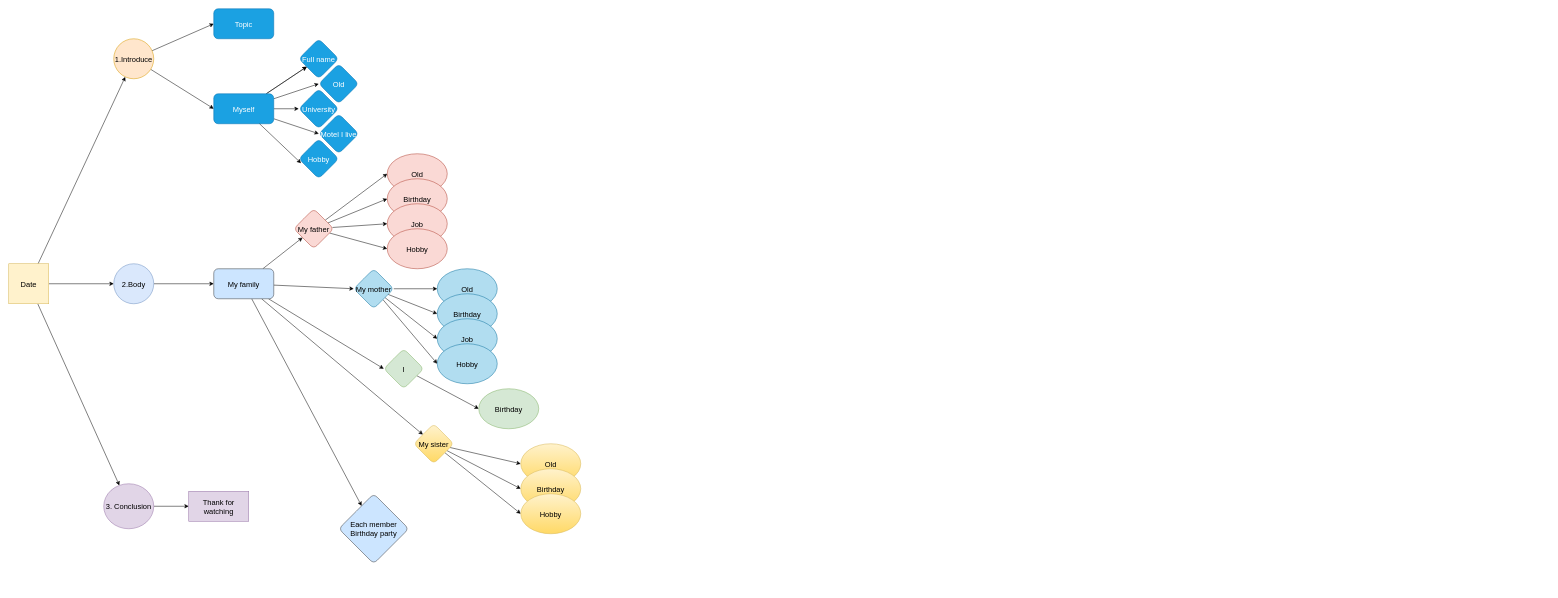
HARKINGS/UML keeps this draw.io diagram as Biểu đồ không có tiêu đề.drawio. Above is the earlier version. Source tidied: cells renumbered, new cells numbered last; positions are measured from the earlier drawing's top-left corner, leaving out a move shared by most shapes. Both pictures are drawn from the tidied source at 50%, with x=0, y=0 at pixel (8, 8).
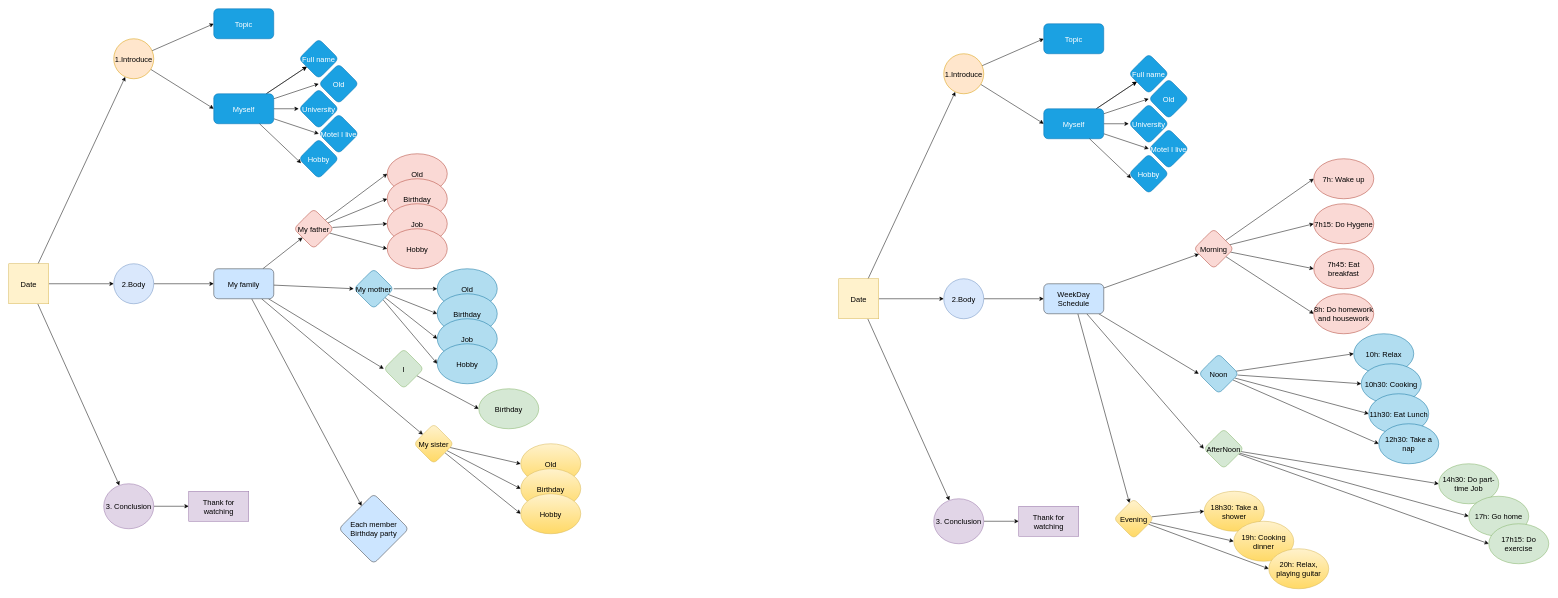
The same page after the edit.

Commit message:
Cập nhật Biểu đồ không có tiêu đề.drawio

The edit, as a diff of the source:
```diff
@@
+    <mxCell id="62" style="rounded=0;jettySize=auto;html=1;fontSize=15;" parent="1" edge="1" source="65" target="68">
+      <mxGeometry relative="1" as="geometry" />
+    </mxCell>
+    <mxCell id="63" style="edgeStyle=none;rounded=0;jettySize=auto;html=1;fontSize=15;" parent="1" edge="1" source="65" target="70">
+      <mxGeometry relative="1" as="geometry" />
+    </mxCell>
+    <mxCell id="64" style="edgeStyle=none;rounded=0;jettySize=auto;html=1;fontSize=15;" parent="1" edge="1" source="65" target="72">
+      <mxGeometry relative="1" as="geometry" />
+    </mxCell>
+    <mxCell id="65" value="Date" style="whiteSpace=wrap;html=1;fillColor=#fff2cc;strokeColor=#d6b656;fontSize=15;" parent="1" vertex="1">
+      <mxGeometry x="1660" y="540" width="80" height="80" as="geometry" />
+    </mxCell>
+    <mxCell id="66" style="edgeStyle=none;rounded=0;jettySize=auto;html=1;entryX=0;entryY=0.5;entryDx=0;entryDy=0;fontSize=15;" parent="1" edge="1" source="68" target="73">
+      <mxGeometry relative="1" as="geometry" />
+    </mxCell>
+    <mxCell id="67" style="edgeStyle=none;rounded=0;jettySize=auto;html=1;entryX=0;entryY=0.5;entryDx=0;entryDy=0;fontSize=15;" parent="1" edge="1" source="68" target="79">
+      <mxGeometry relative="1" as="geometry" />
+    </mxCell>
+    <mxCell id="68" value="1.Introduce" style="ellipse;whiteSpace=wrap;html=1;fillColor=#ffe6cc;strokeColor=#d79b00;fontSize=15;" parent="1" vertex="1">
+      <mxGeometry x="1870" y="90" width="80" height="80" as="geometry" />
+    </mxCell>
+    <mxCell id="69" style="edgeStyle=none;rounded=0;jettySize=auto;html=1;entryX=0;entryY=0.5;entryDx=0;entryDy=0;fontSize=15;" parent="1" edge="1" source="70" target="90">
+      <mxGeometry relative="1" as="geometry" />
+    </mxCell>
+    <mxCell id="70" value="2.Body" style="ellipse;whiteSpace=wrap;html=1;fillColor=#dae8fc;strokeColor=#6c8ebf;fontSize=15;" parent="1" vertex="1">
+      <mxGeometry x="1870" y="540" width="80" height="80" as="geometry" />
+    </mxCell>
+    <mxCell id="71" style="edgeStyle=none;rounded=0;jettySize=auto;html=1;fontSize=15;" parent="1" edge="1" source="72" target="119">
+      <mxGeometry relative="1" as="geometry" />
+    </mxCell>
+    <mxCell id="72" value="3. Conclusion" style="ellipse;whiteSpace=wrap;html=1;fillColor=#e1d5e7;strokeColor=#9673a6;fontSize=15;" parent="1" vertex="1">
+      <mxGeometry x="1850" y="980" width="100" height="90" as="geometry" />
+    </mxCell>
+    <mxCell id="73" value="Topic" style="rounded=1;whiteSpace=wrap;html=1;fillColor=#1ba1e2;strokeColor=#006EAF;fontColor=#ffffff;fontSize=15;" parent="1" vertex="1">
+      <mxGeometry x="2070" y="30" width="120" height="60" as="geometry" />
+    </mxCell>
+    <mxCell id="74" style="edgeStyle=none;rounded=0;jettySize=auto;html=1;fontSize=15;" parent="1" edge="1" source="79" target="80">
+      <mxGeometry relative="1" as="geometry" />
+    </mxCell>
+    <mxCell id="75" style="edgeStyle=none;rounded=0;jettySize=auto;html=1;fontSize=15;" parent="1" edge="1" source="79" target="80">
+      <mxGeometry relative="1" as="geometry" />
+    </mxCell>
+    <mxCell id="76" style="edgeStyle=none;rounded=0;jettySize=auto;html=1;entryX=0;entryY=0.5;entryDx=0;entryDy=0;fontSize=15;" parent="1" edge="1" source="79" target="82">
+      <mxGeometry relative="1" as="geometry" />
+    </mxCell>
+    <mxCell id="77" style="edgeStyle=none;rounded=0;jettySize=auto;html=1;entryX=0;entryY=0.5;entryDx=0;entryDy=0;fontSize=15;" parent="1" edge="1" source="79" target="83">
+      <mxGeometry relative="1" as="geometry" />
+    </mxCell>
+    <mxCell id="78" style="edgeStyle=none;rounded=0;jettySize=auto;html=1;entryX=0;entryY=0.5;entryDx=0;entryDy=0;fontSize=15;" parent="1" edge="1" source="79" target="81">
+      <mxGeometry relative="1" as="geometry" />
+    </mxCell>
+    <mxCell id="79" value="Myself" style="rounded=1;whiteSpace=wrap;html=1;fillColor=#1ba1e2;fontColor=#ffffff;strokeColor=#006EAF;fontSize=15;" parent="1" vertex="1">
+      <mxGeometry x="2070" y="200" width="120" height="60" as="geometry" />
+    </mxCell>
+    <mxCell id="80" value="Full name" style="rhombus;whiteSpace=wrap;html=1;rounded=1;fillColor=#1ba1e2;fontColor=#ffffff;strokeColor=#006EAF;fontSize=15;" parent="1" vertex="1">
+      <mxGeometry x="2240" y="90" width="80" height="80" as="geometry" />
+    </mxCell>
+    <mxCell id="81" value="Old" style="rhombus;whiteSpace=wrap;html=1;rounded=1;fillColor=#1ba1e2;fontColor=#ffffff;strokeColor=#006EAF;fontSize=15;" parent="1" vertex="1">
+      <mxGeometry x="2280" y="140" width="80" height="80" as="geometry" />
+    </mxCell>
+    <mxCell id="82" value="University" style="rhombus;whiteSpace=wrap;html=1;rounded=1;fillColor=#1ba1e2;fontColor=#ffffff;strokeColor=#006EAF;fontSize=15;" parent="1" vertex="1">
+      <mxGeometry x="2240" y="190" width="80" height="80" as="geometry" />
+    </mxCell>
+    <mxCell id="83" value="Motel I live" style="rhombus;whiteSpace=wrap;html=1;rounded=1;fillColor=#1ba1e2;fontColor=#ffffff;strokeColor=#006EAF;fontSize=15;" parent="1" vertex="1">
+      <mxGeometry x="2280" y="240" width="80" height="80" as="geometry" />
+    </mxCell>
+    <mxCell id="84" value="Hobby" style="rhombus;whiteSpace=wrap;html=1;rounded=1;fillColor=#1ba1e2;fontColor=#ffffff;strokeColor=#006EAF;fontSize=15;" parent="1" vertex="1">
+      <mxGeometry x="2240" y="290" width="80" height="80" as="geometry" />
+    </mxCell>
+    <mxCell id="85" style="edgeStyle=none;rounded=0;jettySize=auto;html=1;entryX=0.057;entryY=0.611;entryDx=0;entryDy=0;entryPerimeter=0;fontSize=15;" parent="1" edge="1" source="79" target="84">
+      <mxGeometry relative="1" as="geometry" />
+    </mxCell>
+    <mxCell id="86" style="edgeStyle=none;rounded=0;jettySize=auto;html=1;fontSize=15;" parent="1" edge="1" source="90" target="95">
+      <mxGeometry relative="1" as="geometry" />
+    </mxCell>
+    <mxCell id="87" style="edgeStyle=none;rounded=0;jettySize=auto;html=1;entryX=0;entryY=0.5;entryDx=0;entryDy=0;fontSize=15;" parent="1" edge="1" source="90" target="110">
+      <mxGeometry relative="1" as="geometry" />
+    </mxCell>
+    <mxCell id="88" style="edgeStyle=none;rounded=0;jettySize=auto;html=1;entryX=0;entryY=0.5;entryDx=0;entryDy=0;fontSize=15;" parent="1" edge="1" source="90" target="99">
+      <mxGeometry relative="1" as="geometry" />
+    </mxCell>
+    <mxCell id="89" style="edgeStyle=none;rounded=0;jettySize=auto;html=1;fontSize=15;" parent="1" edge="1" source="90" target="103">
+      <mxGeometry relative="1" as="geometry" />
+    </mxCell>
+    <mxCell id="90" value="WeekDay Schedule" style="rounded=1;whiteSpace=wrap;html=1;fillColor=#cce5ff;strokeColor=#36393d;fontSize=15;" parent="1" vertex="1">
+      <mxGeometry x="2070" y="550" width="120" height="60" as="geometry" />
+    </mxCell>
+    <mxCell id="91" style="edgeStyle=none;rounded=0;jettySize=auto;html=1;entryX=0;entryY=0.5;entryDx=0;entryDy=0;fontSize=15;" parent="1" edge="1" source="95" target="104">
+      <mxGeometry relative="1" as="geometry" />
+    </mxCell>
+    <mxCell id="92" style="edgeStyle=none;rounded=0;jettySize=auto;html=1;entryX=0;entryY=0.5;entryDx=0;entryDy=0;fontSize=15;" parent="1" edge="1" source="95" target="115">
+      <mxGeometry relative="1" as="geometry" />
+    </mxCell>
+    <mxCell id="93" style="edgeStyle=none;rounded=0;jettySize=auto;html=1;entryX=0;entryY=0.5;entryDx=0;entryDy=0;fontSize=15;" parent="1" edge="1" source="95" target="105">
+      <mxGeometry relative="1" as="geometry" />
+    </mxCell>
+    <mxCell id="94" style="edgeStyle=none;rounded=0;jettySize=auto;html=1;entryX=0;entryY=0.5;entryDx=0;entryDy=0;fontSize=15;" parent="1" edge="1" source="95" target="116">
+      <mxGeometry relative="1" as="geometry" />
+    </mxCell>
+    <mxCell id="95" value="Morning" style="rhombus;whiteSpace=wrap;html=1;rounded=1;fillColor=#fad9d5;strokeColor=#ae4132;fontSize=15;" parent="1" vertex="1">
+      <mxGeometry x="2370" y="440" width="80" height="80" as="geometry" />
+    </mxCell>
+    <mxCell id="96" style="edgeStyle=none;rounded=0;jettySize=auto;html=1;entryX=0;entryY=0.5;entryDx=0;entryDy=0;fontSize=15;" parent="1" edge="1" source="99" target="112">
+      <mxGeometry relative="1" as="geometry" />
+    </mxCell>
+    <mxCell id="97" style="rounded=0;jettySize=auto;html=1;entryX=0;entryY=0.5;entryDx=0;entryDy=0;" parent="1" edge="1" source="99" target="122">
+      <mxGeometry relative="1" as="geometry" />
+    </mxCell>
+    <mxCell id="98" style="edgeStyle=none;rounded=0;jettySize=auto;html=1;entryX=0;entryY=0.5;entryDx=0;entryDy=0;" parent="1" edge="1" source="99" target="123">
+      <mxGeometry relative="1" as="geometry" />
+    </mxCell>
+    <mxCell id="99" value="AfterNoon" style="rhombus;whiteSpace=wrap;html=1;rounded=1;fillColor=#d5e8d4;strokeColor=#82b366;fontSize=15;" parent="1" vertex="1">
+      <mxGeometry x="2390" y="840" width="80" height="80" as="geometry" />
+    </mxCell>
+    <mxCell id="100" style="edgeStyle=none;rounded=0;jettySize=auto;html=1;entryX=0;entryY=0.5;entryDx=0;entryDy=0;fontSize=15;" parent="1" edge="1" source="103" target="113">
+      <mxGeometry relative="1" as="geometry" />
+    </mxCell>
+    <mxCell id="101" style="edgeStyle=none;rounded=0;jettySize=auto;html=1;entryX=0;entryY=0.5;entryDx=0;entryDy=0;fontSize=15;" parent="1" edge="1" source="103" target="114">
+      <mxGeometry relative="1" as="geometry" />
+    </mxCell>
+    <mxCell id="102" style="edgeStyle=none;rounded=0;jettySize=auto;html=1;entryX=0;entryY=0.5;entryDx=0;entryDy=0;fontSize=15;" parent="1" edge="1" source="103" target="118">
+      <mxGeometry relative="1" as="geometry" />
+    </mxCell>
+    <mxCell id="103" value="Evening" style="rhombus;whiteSpace=wrap;html=1;rounded=1;fillColor=#fff2cc;gradientColor=#ffd966;strokeColor=#d6b656;fontSize=15;" parent="1" vertex="1">
+      <mxGeometry x="2210" y="980" width="80" height="80" as="geometry" />
+    </mxCell>
+    <mxCell id="104" value="7h: Wake up" style="ellipse;whiteSpace=wrap;html=1;fillColor=#fad9d5;strokeColor=#ae4132;fontSize=15;" parent="1" vertex="1">
+      <mxGeometry x="2610" y="300" width="120" height="80" as="geometry" />
+    </mxCell>
+    <mxCell id="105" value="7h15: Do Hygene" style="ellipse;whiteSpace=wrap;html=1;fillColor=#fad9d5;strokeColor=#ae4132;fontSize=15;" parent="1" vertex="1">
+      <mxGeometry x="2610" y="390" width="120" height="80" as="geometry" />
+    </mxCell>
+    <mxCell id="106" style="edgeStyle=none;rounded=0;jettySize=auto;html=1;entryX=0;entryY=0.5;entryDx=0;entryDy=0;fontSize=15;" parent="1" edge="1" source="110" target="111">
+      <mxGeometry relative="1" as="geometry" />
+    </mxCell>
+    <mxCell id="107" style="edgeStyle=none;rounded=0;jettySize=auto;html=1;entryX=0;entryY=0.5;entryDx=0;entryDy=0;fontSize=15;" parent="1" edge="1" source="110" target="117">
+      <mxGeometry relative="1" as="geometry" />
+    </mxCell>
+    <mxCell id="108" style="edgeStyle=none;rounded=0;jettySize=auto;html=1;entryX=0;entryY=0.5;entryDx=0;entryDy=0;fontSize=15;" parent="1" edge="1" source="110" target="120">
+      <mxGeometry relative="1" as="geometry" />
+    </mxCell>
+    <mxCell id="109" style="edgeStyle=none;rounded=0;jettySize=auto;html=1;entryX=0;entryY=0.5;entryDx=0;entryDy=0;fontSize=15;" parent="1" edge="1" source="110" target="121">
+      <mxGeometry relative="1" as="geometry" />
+    </mxCell>
+    <mxCell id="110" value="Noon" style="rhombus;whiteSpace=wrap;html=1;rounded=1;fillColor=#b1ddf0;strokeColor=#10739e;fontSize=15;" parent="1" vertex="1">
+      <mxGeometry x="2380" y="690" width="80" height="80" as="geometry" />
+    </mxCell>
+    <mxCell id="111" value="10h: Relax" style="ellipse;whiteSpace=wrap;html=1;fillColor=#b1ddf0;strokeColor=#10739e;fontSize=15;" parent="1" vertex="1">
+      <mxGeometry x="2690" y="650" width="120" height="80" as="geometry" />
+    </mxCell>
+    <mxCell id="112" value="14h30: Do part-time Job" style="ellipse;whiteSpace=wrap;html=1;fillColor=#d5e8d4;strokeColor=#82b366;fontSize=15;" parent="1" vertex="1">
+      <mxGeometry x="2860" y="910" width="120" height="80" as="geometry" />
+    </mxCell>
+    <mxCell id="113" value="18h30: Take a shower" style="ellipse;whiteSpace=wrap;html=1;fillColor=#fff2cc;gradientColor=#ffd966;strokeColor=#d6b656;fontSize=15;" parent="1" vertex="1">
+      <mxGeometry x="2391" y="965" width="120" height="80" as="geometry" />
+    </mxCell>
+    <mxCell id="114" value="19h: Cooking dinner" style="ellipse;whiteSpace=wrap;html=1;fillColor=#fff2cc;gradientColor=#ffd966;strokeColor=#d6b656;fontSize=15;" parent="1" vertex="1">
+      <mxGeometry x="2450" y="1025" width="120" height="80" as="geometry" />
+    </mxCell>
+    <mxCell id="115" value="7h45: Eat breakfast" style="ellipse;whiteSpace=wrap;html=1;fillColor=#fad9d5;strokeColor=#ae4132;fontSize=15;" parent="1" vertex="1">
+      <mxGeometry x="2610" y="480" width="120" height="80" as="geometry" />
+    </mxCell>
+    <mxCell id="116" value="8h: Do homework and housework" style="ellipse;whiteSpace=wrap;html=1;fillColor=#fad9d5;strokeColor=#ae4132;fontSize=15;" parent="1" vertex="1">
+      <mxGeometry x="2610" y="570" width="120" height="80" as="geometry" />
+    </mxCell>
+    <mxCell id="117" value="10h30: Cooking" style="ellipse;whiteSpace=wrap;html=1;fillColor=#b1ddf0;strokeColor=#10739e;fontSize=15;" parent="1" vertex="1">
+      <mxGeometry x="2705" y="710" width="120" height="80" as="geometry" />
+    </mxCell>
+    <mxCell id="118" value="20h: Relax, playing guitar" style="ellipse;whiteSpace=wrap;html=1;fillColor=#fff2cc;gradientColor=#ffd966;strokeColor=#d6b656;fontSize=15;" parent="1" vertex="1">
+      <mxGeometry x="2520" y="1080" width="120" height="80" as="geometry" />
+    </mxCell>
+    <mxCell id="119" value="Thank for watching" style="whiteSpace=wrap;html=1;fillColor=#e1d5e7;strokeColor=#9673a6;fontSize=15;" parent="1" vertex="1">
+      <mxGeometry x="2020" y="995" width="120" height="60" as="geometry" />
+    </mxCell>
+    <mxCell id="120" value="11h30: Eat Lunch" style="ellipse;whiteSpace=wrap;html=1;fillColor=#b1ddf0;strokeColor=#10739e;fontSize=15;" parent="1" vertex="1">
+      <mxGeometry x="2720" y="770" width="120" height="80" as="geometry" />
+    </mxCell>
+    <mxCell id="121" value="12h30: Take a nap" style="ellipse;whiteSpace=wrap;html=1;fillColor=#b1ddf0;strokeColor=#10739e;fontSize=15;" parent="1" vertex="1">
+      <mxGeometry x="2740" y="830" width="120" height="80" as="geometry" />
+    </mxCell>
+    <mxCell id="122" value="17h: Go home" style="ellipse;whiteSpace=wrap;html=1;fillColor=#d5e8d4;strokeColor=#82b366;fontSize=15;" parent="1" vertex="1">
+      <mxGeometry x="2920" y="975" width="120" height="80" as="geometry" />
+    </mxCell>
+    <mxCell id="123" value="17h15: Do exercise" style="ellipse;whiteSpace=wrap;html=1;fillColor=#d5e8d4;strokeColor=#82b366;fontSize=15;" parent="1" vertex="1">
+      <mxGeometry x="2960" y="1030" width="120" height="80" as="geometry" />
+    </mxCell>
```
